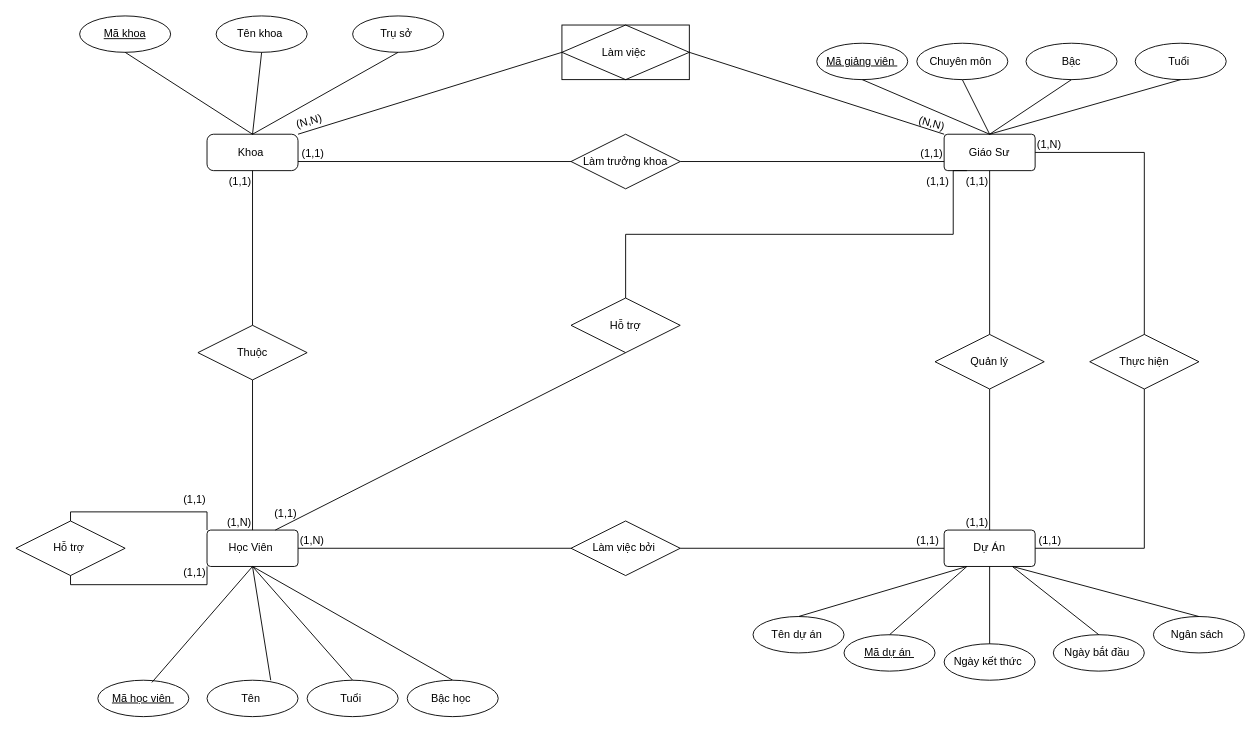
Earlier version of the draw.io diagram bai2.drawio (Hathe22/CSDL). Source tidied: cells renumbered, new cells numbered last; positions are measured from the earlier drawing's top-left corner, leaving out a move shared by most shapes. Both pictures are drawn from the tidied source at 91%, with x=0, y=0 at pixel (15, 15).
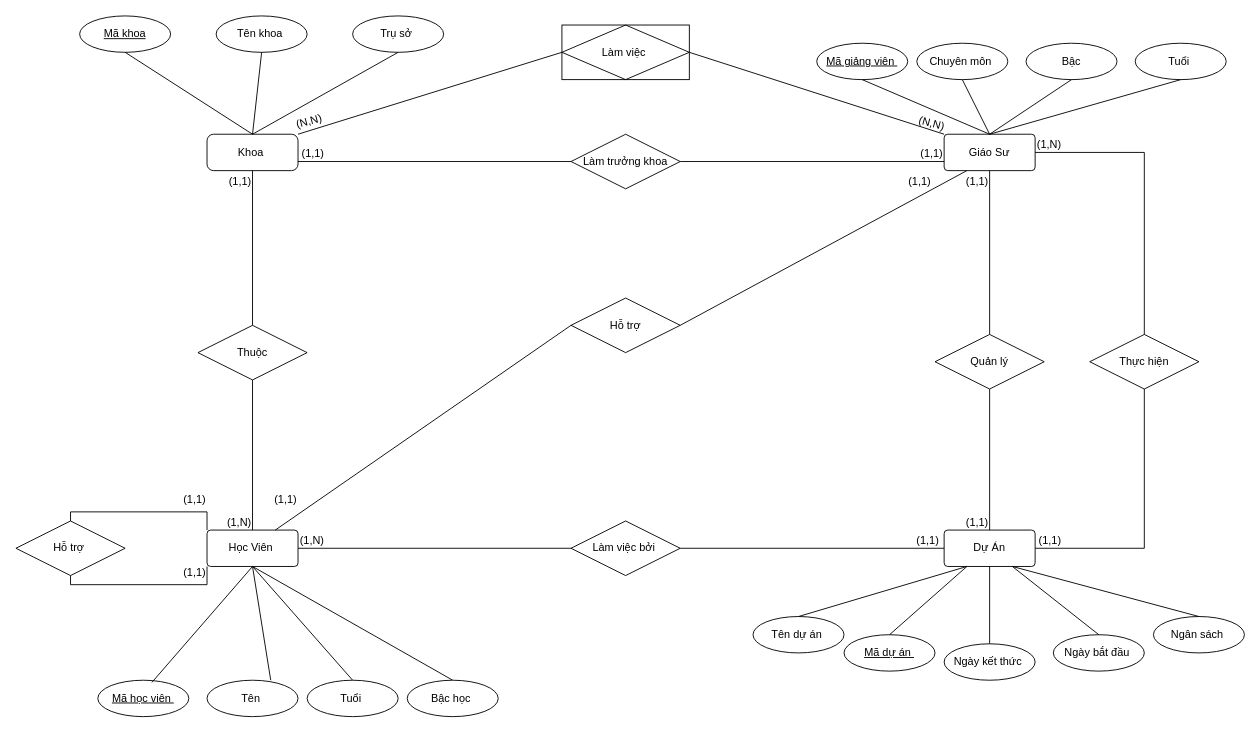
Above is the later version.

Commit message (it also covers changes not shown here):
Cập nhật bai2.drawio

Unchanged cells that the change refers to:
```xml
<mxCell id="2" value="Giáo Sư" style="rounded=1;arcSize=10;whiteSpace=wrap;html=1;align=center;" parent="1" vertex="1">
  <mxGeometry x="1020" y="130" width="100" height="40" as="geometry" />
</mxCell>
<mxCell id="11" value="Học Viên&amp;nbsp;" style="rounded=1;arcSize=10;whiteSpace=wrap;html=1;align=center;" parent="1" vertex="1">
  <mxGeometry x="210" y="565" width="100" height="40" as="geometry" />
</mxCell>
<mxCell id="53" value="Hỗ trợ" style="shape=rhombus;perimeter=rhombusPerimeter;whiteSpace=wrap;html=1;align=center;" parent="1" vertex="1">
  <mxGeometry x="610" y="310" width="120" height="60" as="geometry" />
</mxCell>
```

The edit, as a diff of the source:
```diff
@@
-    <mxCell id="54" style="endArrow=none;html=1;rounded=0;entryX=0.75;entryY=0;entryDx=0;entryDy=0;exitX=0.5;exitY=1;exitDx=0;exitDy=0;" parent="1" edge="1" source="53" target="11">
+    <mxCell id="54" style="endArrow=none;html=1;rounded=0;entryX=0.75;entryY=0;entryDx=0;entryDy=0;exitX=0;exitY=0.5;exitDx=0;exitDy=0;" parent="1" edge="1" source="53" target="11">
       <mxGeometry relative="1" as="geometry" />
     </mxCell>
     <mxCell id="55" value="(1,1)" style="html=1;whiteSpace=wrap;align=right;verticalAlign=bottom;" parent="54" vertex="1">
       <mxGeometry x="1" relative="1" as="geometry">
-        <mxPoint x="25" y="-10" as="offset" />
+        <mxPoint x="25" y="-25" as="offset" />
       </mxGeometry>
     </mxCell>
-    <mxCell id="56" style="endArrow=none;html=1;rounded=0;entryX=0.25;entryY=1;entryDx=0;entryDy=0;exitX=0.5;exitY=0;exitDx=0;exitDy=0;edgeStyle=orthogonalEdgeStyle;" parent="1" edge="1" source="53" target="2">
-      <mxGeometry relative="1" as="geometry">
-        <Array as="points">
-          <mxPoint x="670" y="240" />
-          <mxPoint x="1030" y="240" />
-          <mxPoint x="1030" y="170" />
-        </Array>
-      </mxGeometry>
+    <mxCell id="56" style="endArrow=none;html=1;rounded=0;entryX=0.25;entryY=1;entryDx=0;entryDy=0;exitX=1;exitY=0.5;exitDx=0;exitDy=0;" parent="1" edge="1" source="53" target="2">
+      <mxGeometry relative="1" as="geometry" />
     </mxCell>
     <mxCell id="57" value="(1,1)&amp;nbsp;" style="html=1;whiteSpace=wrap;align=right;verticalAlign=bottom;" parent="56" vertex="1">
       <mxGeometry x="1" relative="1" as="geometry">
-        <mxPoint x="-15" y="20" as="offset" />
+        <mxPoint x="-35" y="20" as="offset" />
       </mxGeometry>
     </mxCell>
```
